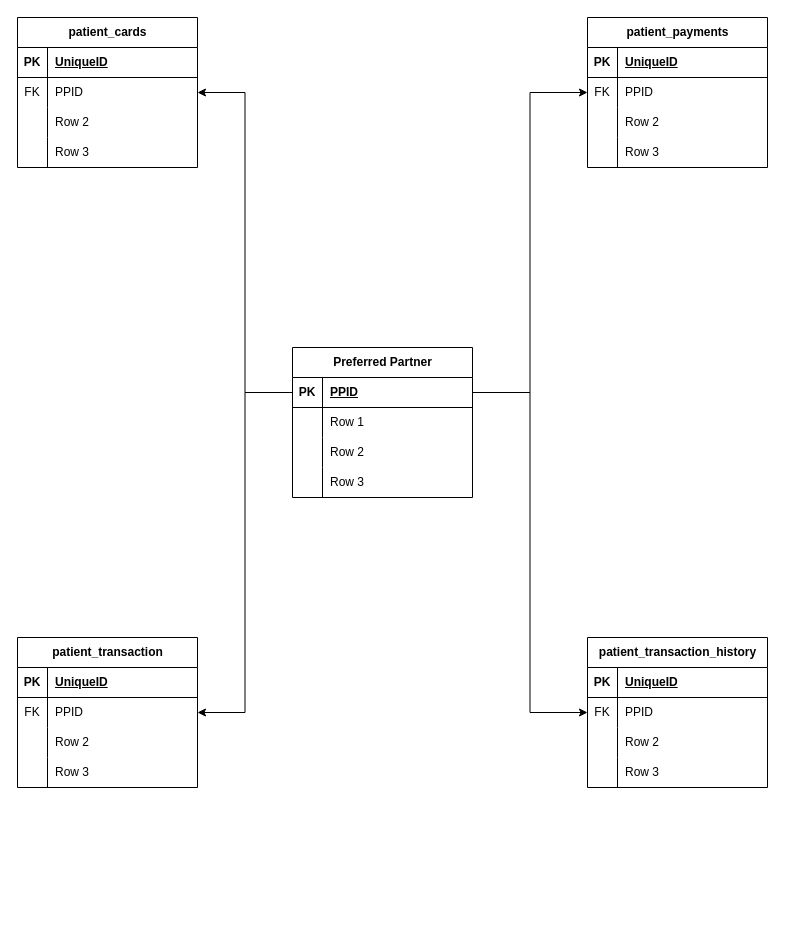
Above: Preferred Partner Entity Relation.drawio in fkbhatti/EHR_Diagrams (draw.io), before the change. Source tidied: cells renumbered, new cells numbered last; positions are measured from the earlier drawing's top-left corner, leaving out a move shared by most shapes. Both pictures are drawn from the tidied source at 100%, with x=0, y=0 at pixel (17, 17).
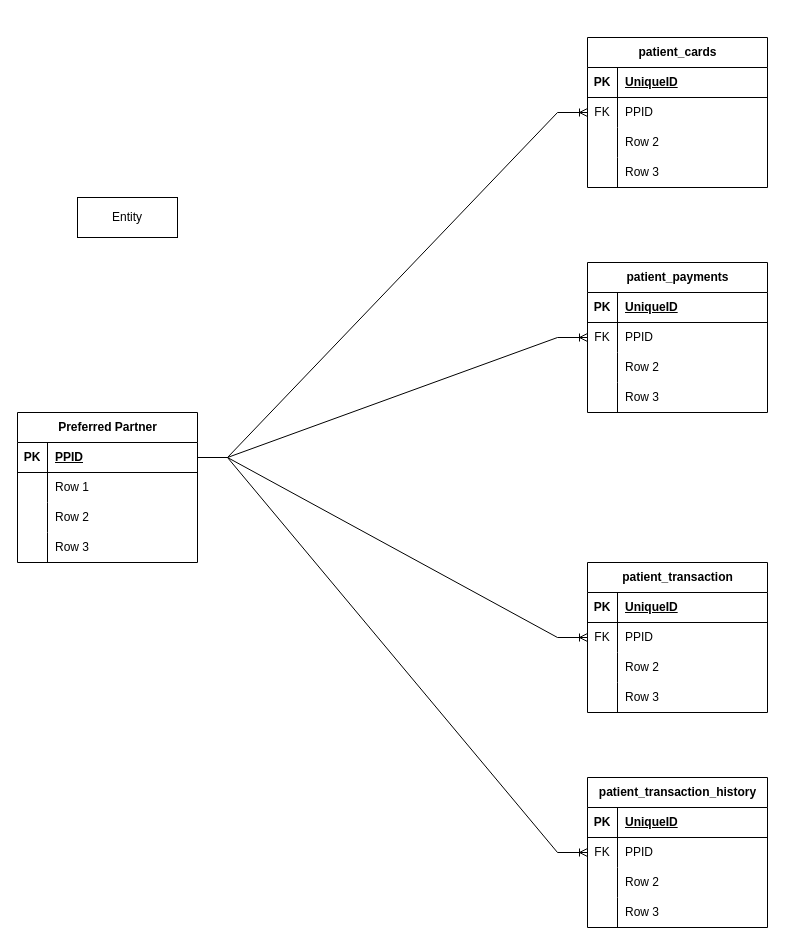
Above is the later version.

Unchanged cells that the change refers to:
```xml
<mxCell id="6" style="shape=tableRow;horizontal=0;startSize=0;swimlaneHead=0;swimlaneBody=0;fillColor=none;points=[[0,0.5],[1,0.5]];portConstraint=eastwest;top=0;left=0;right=0;bottom=0;" parent="2" vertex="1">
  <mxGeometry y="60" width="180" height="30" as="geometry" />
</mxCell>
<mxCell id="19" style="shape=tableRow;horizontal=0;startSize=0;swimlaneHead=0;swimlaneBody=0;fillColor=none;points=[[0,0.5],[1,0.5]];portConstraint=eastwest;top=0;left=0;right=0;bottom=0;" parent="15" vertex="1">
  <mxGeometry y="60" width="180" height="30" as="geometry" />
</mxCell>
<mxCell id="32" style="shape=tableRow;horizontal=0;startSize=0;swimlaneHead=0;swimlaneBody=0;fillColor=none;points=[[0,0.5],[1,0.5]];portConstraint=eastwest;top=0;left=0;right=0;bottom=0;" parent="28" vertex="1">
  <mxGeometry y="60" width="180" height="30" as="geometry" />
</mxCell>
<mxCell id="45" style="shape=tableRow;horizontal=0;startSize=0;swimlaneHead=0;swimlaneBody=0;fillColor=none;points=[[0,0.5],[1,0.5]];portConstraint=eastwest;top=0;left=0;right=0;bottom=0;" parent="41" vertex="1">
  <mxGeometry y="60" width="180" height="30" as="geometry" />
</mxCell>
<mxCell id="55" style="shape=tableRow;horizontal=0;startSize=0;swimlaneHead=0;swimlaneBody=0;fillColor=none;points=[[0,0.5],[1,0.5]];portConstraint=eastwest;top=0;left=0;right=0;bottom=1;" parent="54" vertex="1">
  <mxGeometry y="30" width="180" height="30" as="geometry" />
</mxCell>
```

Change to the diagram source:
```diff
@@
     <mxCell id="2" value="patient_cards" style="shape=table;startSize=30;childLayout=tableLayout;rowLines=0;fontStyle=1;align=center;html=1;" parent="1" vertex="1">
-      <mxGeometry width="180" height="150" as="geometry" />
+      <mxGeometry x="570" y="20" width="180" height="150" as="geometry" />
     </mxCell>
@@
     <mxCell id="15" value="patient_payments" style="shape=table;startSize=30;childLayout=tableLayout;rowLines=0;fontStyle=1;align=center;html=1;" parent="1" vertex="1">
-      <mxGeometry x="570" width="180" height="150" as="geometry" />
+      <mxGeometry x="570" y="245" width="180" height="150" as="geometry" />
     </mxCell>
@@
     <mxCell id="28" value="patient_transaction" style="shape=table;startSize=30;childLayout=tableLayout;rowLines=0;fontStyle=1;align=center;html=1;" parent="1" vertex="1">
-      <mxGeometry y="620" width="180" height="150" as="geometry" />
+      <mxGeometry x="570" y="545" width="180" height="150" as="geometry" />
     </mxCell>
@@
     <mxCell id="41" value="patient_transaction_history" style="shape=table;startSize=30;childLayout=tableLayout;rowLines=0;fontStyle=1;align=center;html=1;" parent="1" vertex="1">
-      <mxGeometry x="570" y="620" width="180" height="150" as="geometry" />
+      <mxGeometry x="570" y="760" width="180" height="150" as="geometry" />
     </mxCell>
@@
     <mxCell id="54" value="Preferred Partner" style="shape=table;startSize=30;childLayout=tableLayout;rowLines=0;fontStyle=1;align=center;html=1;" parent="1" vertex="1">
-      <mxGeometry x="275" y="330" width="180" height="150" as="geometry" />
+      <mxGeometry y="395" width="180" height="150" as="geometry" />
     </mxCell>
@@
-    <mxCell id="67" style="edgeStyle=orthogonalEdgeStyle;rounded=0;jettySize=auto;html=1;entryX=0;entryY=0.5;entryDx=0;entryDy=0;" parent="1" edge="1" source="55" target="19">
+    <mxCell id="67" style="edgeStyle=entityRelationEdgeStyle;fontSize=12;html=1;endArrow=ERoneToMany;rounded=0;entryX=0;entryY=0.5;entryDx=0;entryDy=0;exitX=1;exitY=0.5;exitDx=0;exitDy=0;" parent="1" edge="1" source="55" target="19">
       <mxGeometry relative="1" as="geometry" />
     </mxCell>
+    <mxCell id="71" style="edgeStyle=entityRelationEdgeStyle;fontSize=12;html=1;endArrow=ERoneToMany;rounded=0;entryX=0;entryY=0.5;entryDx=0;entryDy=0;" parent="1" edge="1" target="45">
+      <mxGeometry relative="1" as="geometry">
+        <mxPoint x="180" y="440" as="sourcePoint" />
+      </mxGeometry>
+    </mxCell>
+    <mxCell id="69" style="edgeStyle=entityRelationEdgeStyle;fontSize=12;html=1;endArrow=ERoneToMany;rounded=0;entryX=0;entryY=0.5;entryDx=0;entryDy=0;exitX=1;exitY=0.5;exitDx=0;exitDy=0;" parent="1" edge="1" source="55" target="32">
+      <mxGeometry relative="1" as="geometry" />
+    </mxCell>
-    <mxCell id="68" style="edgeStyle=orthogonalEdgeStyle;rounded=0;jettySize=auto;html=1;exitX=0;exitY=0.5;exitDx=0;exitDy=0;entryX=1;entryY=0.5;entryDx=0;entryDy=0;" parent="1" edge="1" source="55" target="6">
+    <mxCell id="68" style="edgeStyle=entityRelationEdgeStyle;fontSize=12;html=1;endArrow=ERoneToMany;rounded=0;entryX=0;entryY=0.5;entryDx=0;entryDy=0;exitX=1;exitY=0.5;exitDx=0;exitDy=0;" parent="1" edge="1" source="55" target="6">
       <mxGeometry relative="1" as="geometry" />
     </mxCell>
-    <mxCell id="69" style="edgeStyle=orthogonalEdgeStyle;rounded=0;jettySize=auto;html=1;exitX=0;exitY=0.5;exitDx=0;exitDy=0;entryX=1;entryY=0.5;entryDx=0;entryDy=0;" parent="1" edge="1" source="55" target="32">
-      <mxGeometry relative="1" as="geometry" />
-    </mxCell>
-    <mxCell id="70" style="edgeStyle=orthogonalEdgeStyle;rounded=0;jettySize=auto;html=1;exitX=1;exitY=0.5;exitDx=0;exitDy=0;entryX=0;entryY=0.5;entryDx=0;entryDy=0;" parent="1" edge="1" source="55" target="45">
-      <mxGeometry relative="1" as="geometry" />
-    </mxCell>
+    <mxCell id="72" value="Entity" style="whiteSpace=wrap;html=1;align=center;" parent="1" vertex="1">
+      <mxGeometry x="60" y="180" width="100" height="40" as="geometry" />
+    </mxCell>
```
